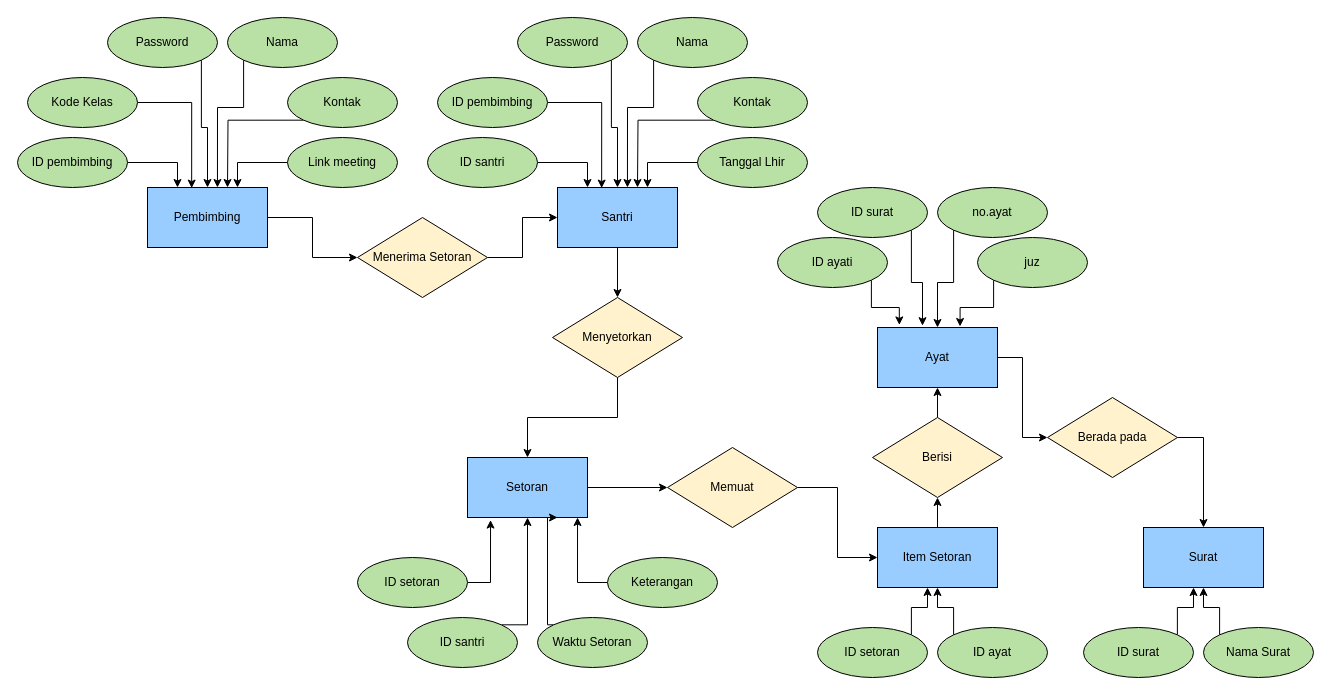
Earlier version of the draw.io diagram uts/notasi-chen.drawio (nentinur/IF214002). Source tidied: cells renumbered, new cells numbered last; positions are measured from the earlier drawing's top-left corner, leaving out a move shared by most shapes. Both pictures are drawn from the tidied source at 100%, with x=0, y=0 at pixel (17, 17).
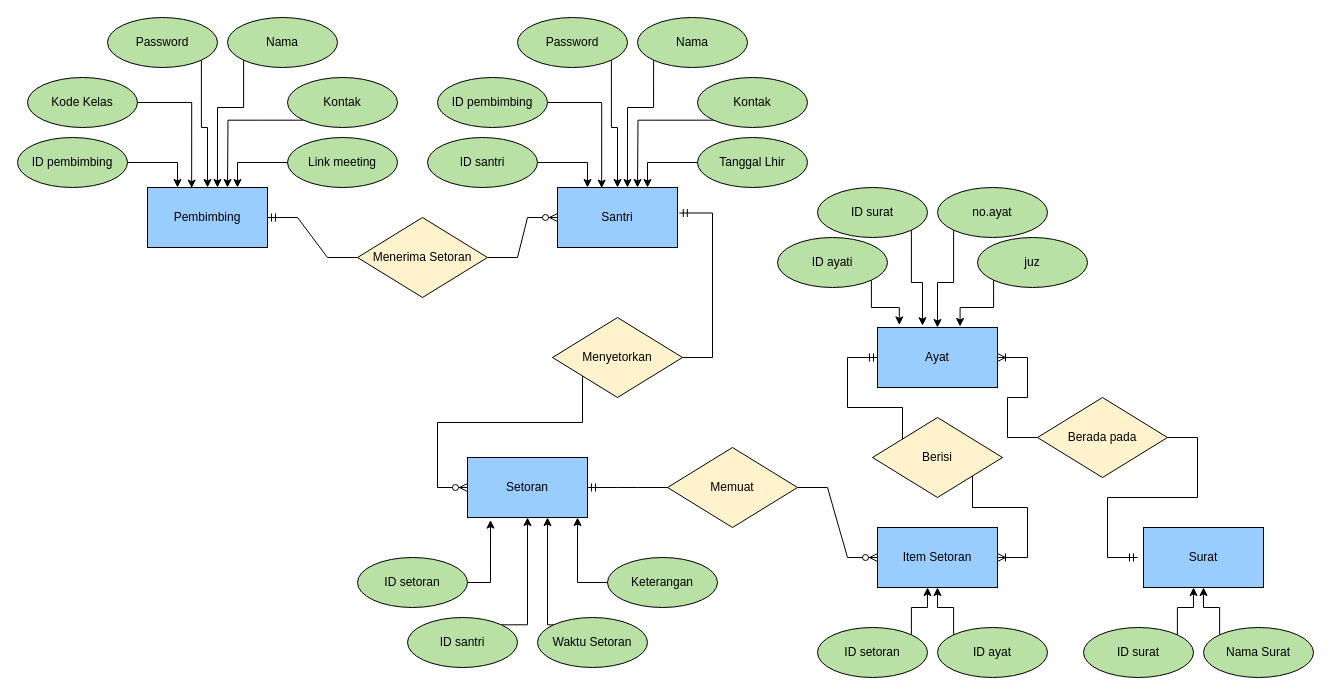
Above is the later version.

Unchanged cells that the change refers to:
```xml
<mxCell id="3" value="Pembimbing" style="rounded=0;whiteSpace=wrap;html=1;fillColor=#99CCFF;" parent="1" vertex="1">
  <mxGeometry x="130" y="170" width="120" height="60" as="geometry" />
</mxCell>
<mxCell id="17" value="Santri" style="rounded=0;whiteSpace=wrap;html=1;fillColor=#99CCFF;" parent="1" vertex="1">
  <mxGeometry x="540" y="170" width="120" height="60" as="geometry" />
</mxCell>
<mxCell id="31" value="Menerima Setoran" style="rhombus;whiteSpace=wrap;html=1;fillColor=#FFF2CC;" parent="1" vertex="1">
  <mxGeometry x="340" y="200" width="130" height="80" as="geometry" />
</mxCell>
<mxCell id="33" value="Setoran" style="rounded=0;whiteSpace=wrap;html=1;fillColor=#99CCFF;" parent="1" vertex="1">
  <mxGeometry x="450" y="440" width="120" height="60" as="geometry" />
</mxCell>
<mxCell id="35" value="Waktu Setoran" style="ellipse;whiteSpace=wrap;html=1;fillColor=#B9E0A5;" parent="1" vertex="1">
  <mxGeometry x="520" y="600" width="110" height="50" as="geometry" />
</mxCell>
<mxCell id="45" value="Item Setoran" style="rounded=0;whiteSpace=wrap;html=1;fillColor=#99CCFF;" parent="1" vertex="1">
  <mxGeometry x="860" y="510" width="120" height="60" as="geometry" />
</mxCell>
<mxCell id="51" value="Ayat" style="rounded=0;whiteSpace=wrap;html=1;fillColor=#99CCFF;" parent="1" vertex="1">
  <mxGeometry x="860" y="310" width="120" height="60" as="geometry" />
</mxCell>
<mxCell id="62" value="Surat" style="rounded=0;whiteSpace=wrap;html=1;fillColor=#99CCFF;" parent="1" vertex="1">
  <mxGeometry x="1126" y="510" width="120" height="60" as="geometry" />
</mxCell>
```

What changed in the source:
```diff
@@
-    <mxCell id="2" style="edgeStyle=orthogonalEdgeStyle;rounded=0;jettySize=auto;html=1;exitX=1;exitY=0.5;exitDx=0;exitDy=0;entryX=0;entryY=0.5;entryDx=0;entryDy=0;" parent="1" edge="1" source="3" target="31">
-      <mxGeometry relative="1" as="geometry" />
-    </mxCell>
+    <mxCell id="71" style="edgeStyle=entityRelationEdgeStyle;fontSize=12;html=1;endArrow=ERzeroToMany;endFill=1;rounded=0;exitX=0;exitY=0.5;exitDx=0;exitDy=0;" parent="1" edge="1" source="43">
+      <mxGeometry relative="1" as="geometry">
+        <mxPoint x="450" y="470" as="targetPoint" />
+      </mxGeometry>
+    </mxCell>
@@
-    <mxCell id="16" style="edgeStyle=orthogonalEdgeStyle;rounded=0;jettySize=auto;html=1;exitX=0.5;exitY=1;exitDx=0;exitDy=0;" parent="1" edge="1" source="17" target="43">
-      <mxGeometry relative="1" as="geometry" />
-    </mxCell>
@@
-    <mxCell id="30" style="edgeStyle=orthogonalEdgeStyle;rounded=0;jettySize=auto;html=1;exitX=1;exitY=0.5;exitDx=0;exitDy=0;entryX=0;entryY=0.5;entryDx=0;entryDy=0;" parent="1" edge="1" source="31" target="17">
-      <mxGeometry relative="1" as="geometry" />
-    </mxCell>
@@
-    <mxCell id="32" style="edgeStyle=orthogonalEdgeStyle;rounded=0;jettySize=auto;html=1;entryX=0;entryY=0.5;entryDx=0;entryDy=0;" parent="1" edge="1" source="33" target="70">
-      <mxGeometry relative="1" as="geometry" />
-    </mxCell>
@@
-    <mxCell id="34" style="edgeStyle=orthogonalEdgeStyle;rounded=0;jettySize=auto;html=1;exitX=0;exitY=0;exitDx=0;exitDy=0;entryX=0.75;entryY=1;entryDx=0;entryDy=0;" parent="1" edge="1" source="35" target="33">
+    <mxCell id="34" style="edgeStyle=orthogonalEdgeStyle;rounded=0;jettySize=auto;html=1;exitX=0;exitY=0;exitDx=0;exitDy=0;" parent="1" edge="1" source="35">
       <mxGeometry relative="1" as="geometry">
+        <mxPoint x="530" y="500" as="targetPoint" />
         <Array as="points">
           <mxPoint x="530" y="607" />
           <mxPoint x="530" y="500" />
         </Array>
       </mxGeometry>
     </mxCell>
@@
-    <mxCell id="42" style="edgeStyle=orthogonalEdgeStyle;rounded=0;jettySize=auto;html=1;exitX=0.5;exitY=1;exitDx=0;exitDy=0;entryX=0.5;entryY=0;entryDx=0;entryDy=0;" parent="1" edge="1" source="43" target="33">
-      <mxGeometry relative="1" as="geometry" />
-    </mxCell>
     <mxCell id="43" value="Menyetorkan" style="rhombus;whiteSpace=wrap;html=1;fillColor=#FFF2CC;" parent="1" vertex="1">
-      <mxGeometry x="535" y="280" width="130" height="80" as="geometry" />
+      <mxGeometry x="535" y="300" width="130" height="80" as="geometry" />
     </mxCell>
-    <mxCell id="44" style="edgeStyle=orthogonalEdgeStyle;rounded=0;jettySize=auto;html=1;exitX=0.5;exitY=0;exitDx=0;exitDy=0;entryX=0.5;entryY=1;entryDx=0;entryDy=0;" parent="1" edge="1" source="45" target="61">
-      <mxGeometry relative="1" as="geometry" />
-    </mxCell>
@@
-    <mxCell id="50" style="edgeStyle=orthogonalEdgeStyle;rounded=0;jettySize=auto;html=1;exitX=1;exitY=0.5;exitDx=0;exitDy=0;entryX=0;entryY=0.5;entryDx=0;entryDy=0;" parent="1" edge="1" source="51" target="68">
-      <mxGeometry relative="1" as="geometry" />
-    </mxCell>
@@
-    <mxCell id="60" style="edgeStyle=orthogonalEdgeStyle;rounded=0;jettySize=auto;html=1;entryX=0.5;entryY=1;entryDx=0;entryDy=0;" parent="1" edge="1" source="61" target="51">
-      <mxGeometry relative="1" as="geometry" />
-    </mxCell>
-    <mxCell id="61" value="Berisi" style="rhombus;whiteSpace=wrap;html=1;fillColor=#FFF2CC;" parent="1" vertex="1">
-      <mxGeometry x="855" y="400" width="130" height="80" as="geometry" />
-    </mxCell>
@@
-    <mxCell id="67" style="edgeStyle=orthogonalEdgeStyle;rounded=0;jettySize=auto;html=1;" parent="1" edge="1" source="68" target="62">
-      <mxGeometry relative="1" as="geometry">
-        <Array as="points">
-          <mxPoint x="1186" y="420" />
-        </Array>
-      </mxGeometry>
-    </mxCell>
     <mxCell id="68" value="Berada pada" style="rhombus;whiteSpace=wrap;html=1;fillColor=#FFF2CC;" parent="1" vertex="1">
-      <mxGeometry x="1030" y="380" width="130" height="80" as="geometry" />
+      <mxGeometry x="1020" y="380" width="130" height="80" as="geometry" />
     </mxCell>
+    <mxCell id="70" value="Memuat" style="rhombus;whiteSpace=wrap;html=1;fillColor=#FFF2CC;" parent="1" vertex="1">
+      <mxGeometry x="650" y="430" width="130" height="80" as="geometry" />
+    </mxCell>
+    <mxCell id="72" style="edgeStyle=entityRelationEdgeStyle;fontSize=12;html=1;endArrow=ERmandOne;rounded=0;entryX=1;entryY=0.5;entryDx=0;entryDy=0;exitX=0;exitY=0.5;exitDx=0;exitDy=0;" parent="1" edge="1" source="31" target="3">
+      <mxGeometry relative="1" as="geometry" />
+    </mxCell>
+    <mxCell id="30" style="edgeStyle=entityRelationEdgeStyle;fontSize=12;html=1;endArrow=ERzeroToMany;endFill=1;rounded=0;exitX=1;exitY=0.5;exitDx=0;exitDy=0;entryX=0;entryY=0.5;entryDx=0;entryDy=0;" parent="1" edge="1" source="31" target="17">
+      <mxGeometry relative="1" as="geometry" />
+    </mxCell>
+    <mxCell id="73" style="edgeStyle=entityRelationEdgeStyle;fontSize=12;html=1;endArrow=ERmandOne;rounded=0;entryX=1.015;entryY=0.425;entryDx=0;entryDy=0;entryPerimeter=0;" parent="1" edge="1" source="43" target="17">
+      <mxGeometry relative="1" as="geometry" />
+    </mxCell>
+    <mxCell id="74" style="edgeStyle=entityRelationEdgeStyle;fontSize=12;html=1;endArrow=ERmandOne;rounded=0;entryX=1;entryY=0.5;entryDx=0;entryDy=0;exitX=0;exitY=0.5;exitDx=0;exitDy=0;" parent="1" edge="1" source="70" target="33">
+      <mxGeometry relative="1" as="geometry" />
+    </mxCell>
-    <mxCell id="69" style="edgeStyle=orthogonalEdgeStyle;rounded=0;jettySize=auto;html=1;exitX=1;exitY=0.5;exitDx=0;exitDy=0;entryX=0;entryY=0.5;entryDx=0;entryDy=0;" parent="1" edge="1" source="70" target="45">
+    <mxCell id="69" style="edgeStyle=entityRelationEdgeStyle;fontSize=12;html=1;endArrow=ERzeroToMany;endFill=1;rounded=0;exitX=1;exitY=0.5;exitDx=0;exitDy=0;entryX=0;entryY=0.5;entryDx=0;entryDy=0;" parent="1" edge="1" source="70" target="45">
       <mxGeometry relative="1" as="geometry" />
     </mxCell>
-    <mxCell id="70" value="Memuat" style="rhombus;whiteSpace=wrap;html=1;fillColor=#FFF2CC;" parent="1" vertex="1">
-      <mxGeometry x="650" y="430" width="130" height="80" as="geometry" />
-    </mxCell>
+    <mxCell id="75" style="edgeStyle=entityRelationEdgeStyle;fontSize=12;html=1;endArrow=ERoneToMany;rounded=0;exitX=1;exitY=0.5;exitDx=0;exitDy=0;entryX=1;entryY=0.5;entryDx=0;entryDy=0;" parent="1" edge="1" source="61" target="45">
+      <mxGeometry relative="1" as="geometry" />
+    </mxCell>
+    <mxCell id="60" style="edgeStyle=entityRelationEdgeStyle;fontSize=12;html=1;endArrow=ERmandOne;rounded=0;exitX=0;exitY=0.5;exitDx=0;exitDy=0;entryX=0;entryY=0.5;entryDx=0;entryDy=0;" parent="1" edge="1" source="61" target="51">
+      <mxGeometry relative="1" as="geometry" />
+    </mxCell>
+    <mxCell id="61" value="Berisi" style="rhombus;whiteSpace=wrap;html=1;fillColor=#FFF2CC;" parent="1" vertex="1">
+      <mxGeometry x="855" y="400" width="130" height="80" as="geometry" />
+    </mxCell>
+    <mxCell id="76" style="edgeStyle=entityRelationEdgeStyle;fontSize=12;html=1;endArrow=ERoneToMany;rounded=0;entryX=1;entryY=0.5;entryDx=0;entryDy=0;exitX=0;exitY=0.5;exitDx=0;exitDy=0;" parent="1" edge="1" source="68" target="51">
+      <mxGeometry relative="1" as="geometry" />
+    </mxCell>
+    <mxCell id="77" style="edgeStyle=entityRelationEdgeStyle;fontSize=12;html=1;endArrow=ERmandOne;rounded=0;exitX=1;exitY=0.5;exitDx=0;exitDy=0;" parent="1" edge="1" source="68">
+      <mxGeometry relative="1" as="geometry">
+        <mxPoint x="1120" y="540" as="targetPoint" />
+      </mxGeometry>
+    </mxCell>
```
